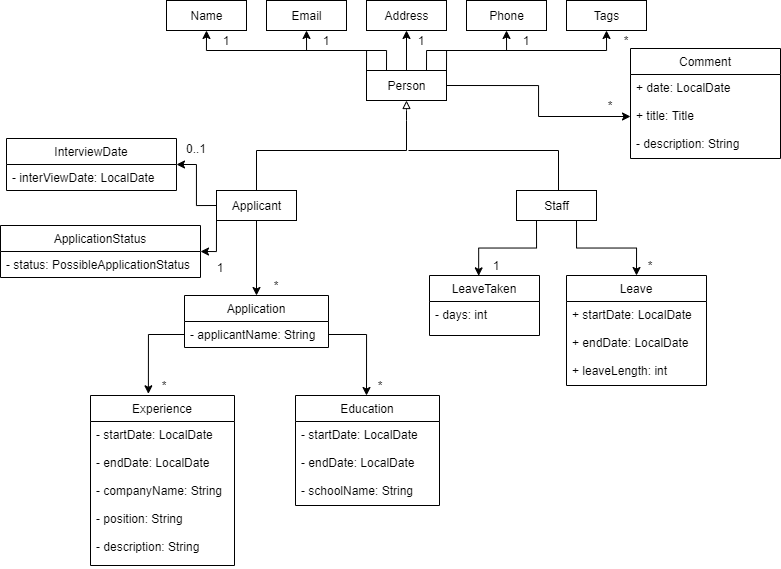
Above: docs/images/ApplicantStaffClassDiagram.png in nus-cs2103-AY2021S1/tp (draw.io), before the change. Source tidied: cells renumbered, new cells last; positions are measured from the earlier drawing's top-left corner, leaving out a move shared by most shapes.
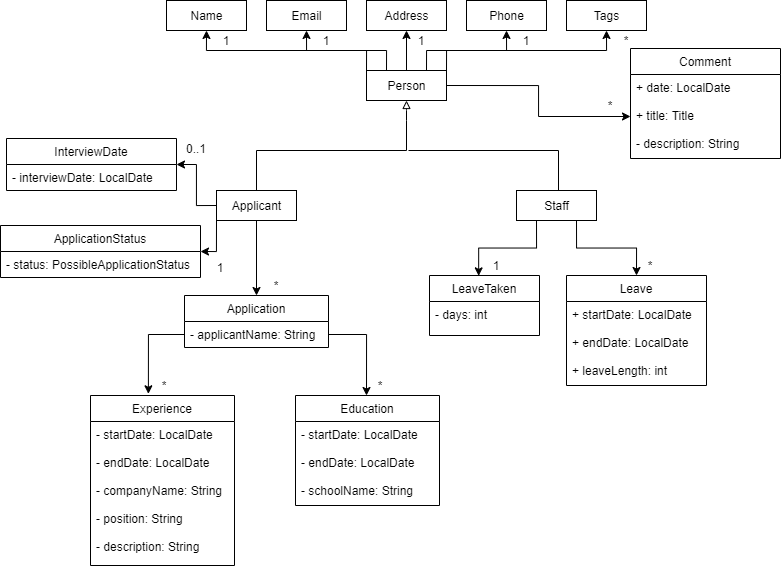
After the change.

Commit message:
Resize img

Change to the diagram source:
```diff
@@ -112,7 +112,7 @@
     <mxCell id="31" value="InterviewDate" style="swimlane;fontStyle=0;horizontal=1;startSize=26;fillColor=none;" parent="1" vertex="1">
       <mxGeometry x="6" y="138" width="170" height="52" as="geometry" />
     </mxCell>
-    <mxCell id="32" value="- interViewDate: LocalDate" style="text;strokeColor=none;fillColor=none;align=left;verticalAlign=top;spacingLeft=4;spacingRight=4;overflow=hidden;" parent="31" vertex="1">
+    <mxCell id="32" value="- interviewDate: LocalDate" style="text;strokeColor=none;fillColor=none;align=left;verticalAlign=top;spacingLeft=4;spacingRight=4;overflow=hidden;" parent="31" vertex="1">
       <mxGeometry y="26" width="170" height="26" as="geometry" />
     </mxCell>
     <mxCell id="33" value="ApplicationStatus" style="swimlane;fontStyle=0;horizontal=1;startSize=26;fillColor=none;" parent="1" vertex="1">
```
